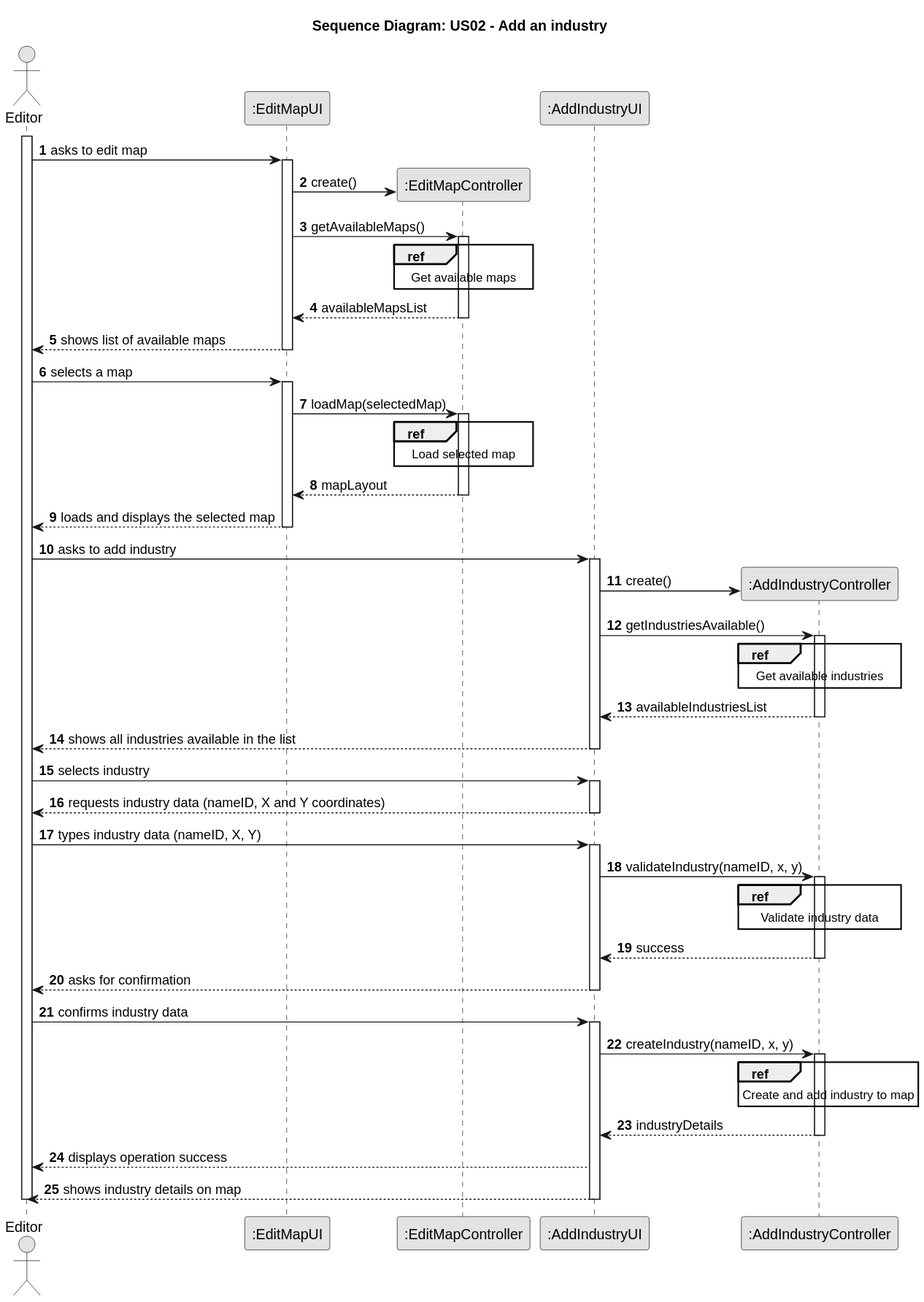
Above: docs/system-documentation/Sprint 2/US02/03.design/svg/US02-SD-split.svg in HenriqueSilva18/Railway-Network-Simulator (PlantUML), before the change.
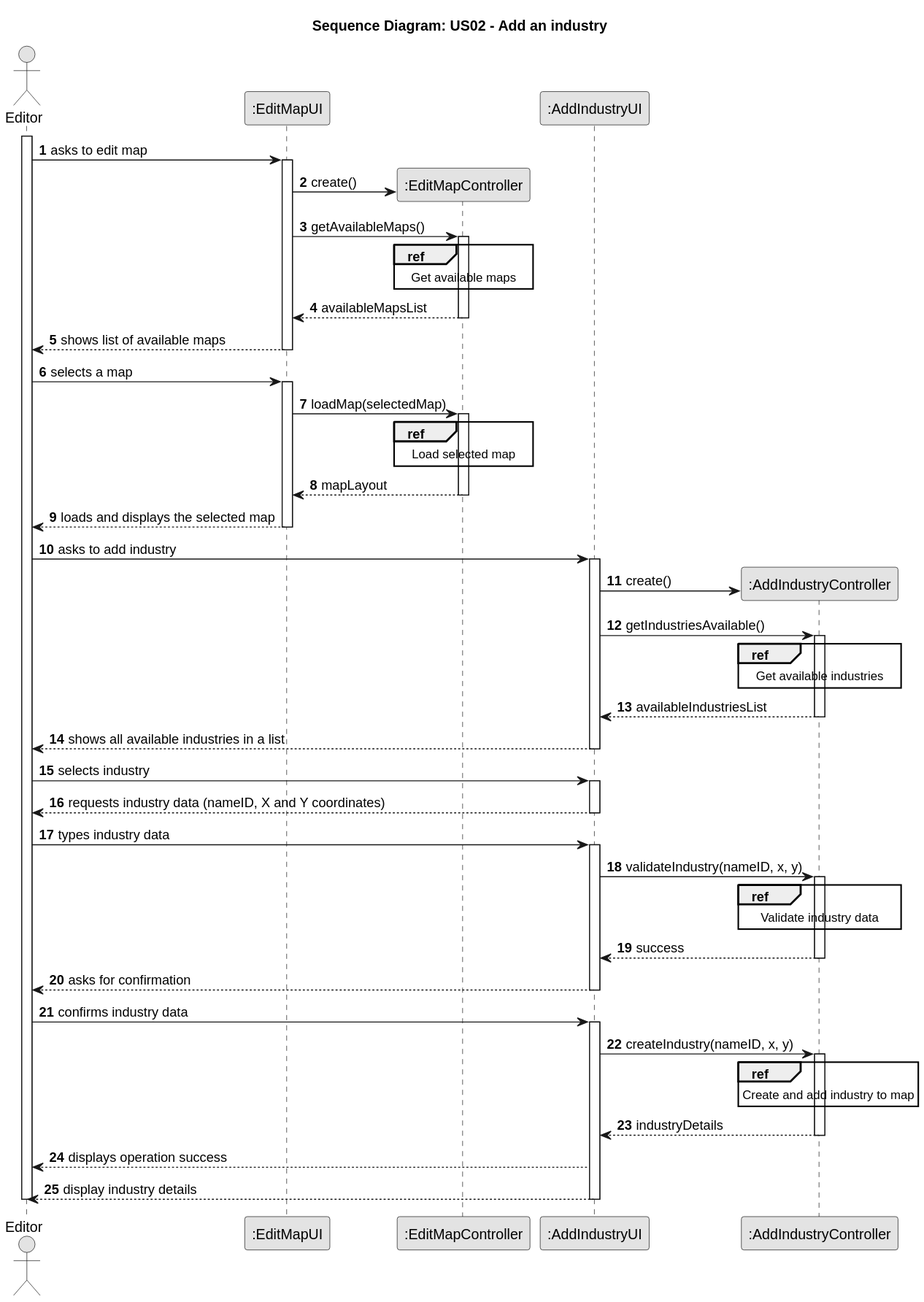
Above is the later version.

Change to the diagram source:
```diff
@@ -63,7 +63,7 @@
                 CTRL --> UI: availableIndustriesList
             deactivate CTRL
 
-        UI --> editor: shows all industries available in the list
+        UI --> editor: shows all available industries in a list
         deactivate UI
 
     editor -> UI: selects industry
@@ -71,7 +71,7 @@
         UI --> editor: requests industry data (nameID, X and Y coordinates)
         deactivate UI
 
-    editor -> UI: types industry data (nameID, X, Y)
+    editor -> UI: types industry data
         activate UI
         UI -> CTRL: validateIndustry(nameID, x, y)
             activate CTRL
@@ -100,7 +100,7 @@
                deactivate CTRL
 
             UI --> editor: displays operation success
-            UI --> editor: shows industry details on map
+            UI --> editor: display industry details
 
         deactivate UI
 
```
